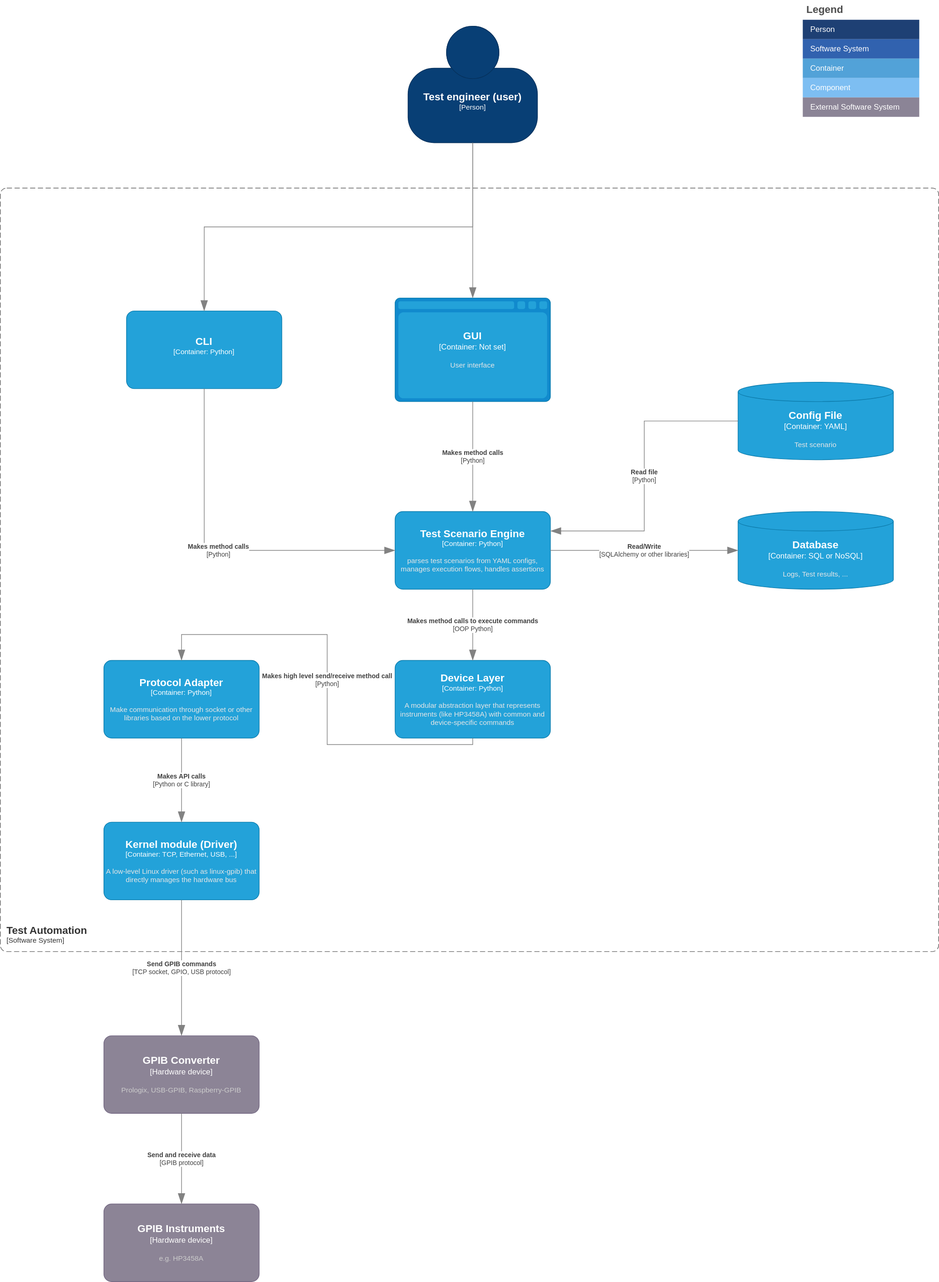
Above: C4 model/C4_software_architecture-Container.drawio.svg in ILoveBacteria/test-instrument-automation (draw.io), before the change. Source tidied: cells renumbered, new cells last; positions are measured from the earlier drawing's top-left corner, leaving out a move shared by most shapes.
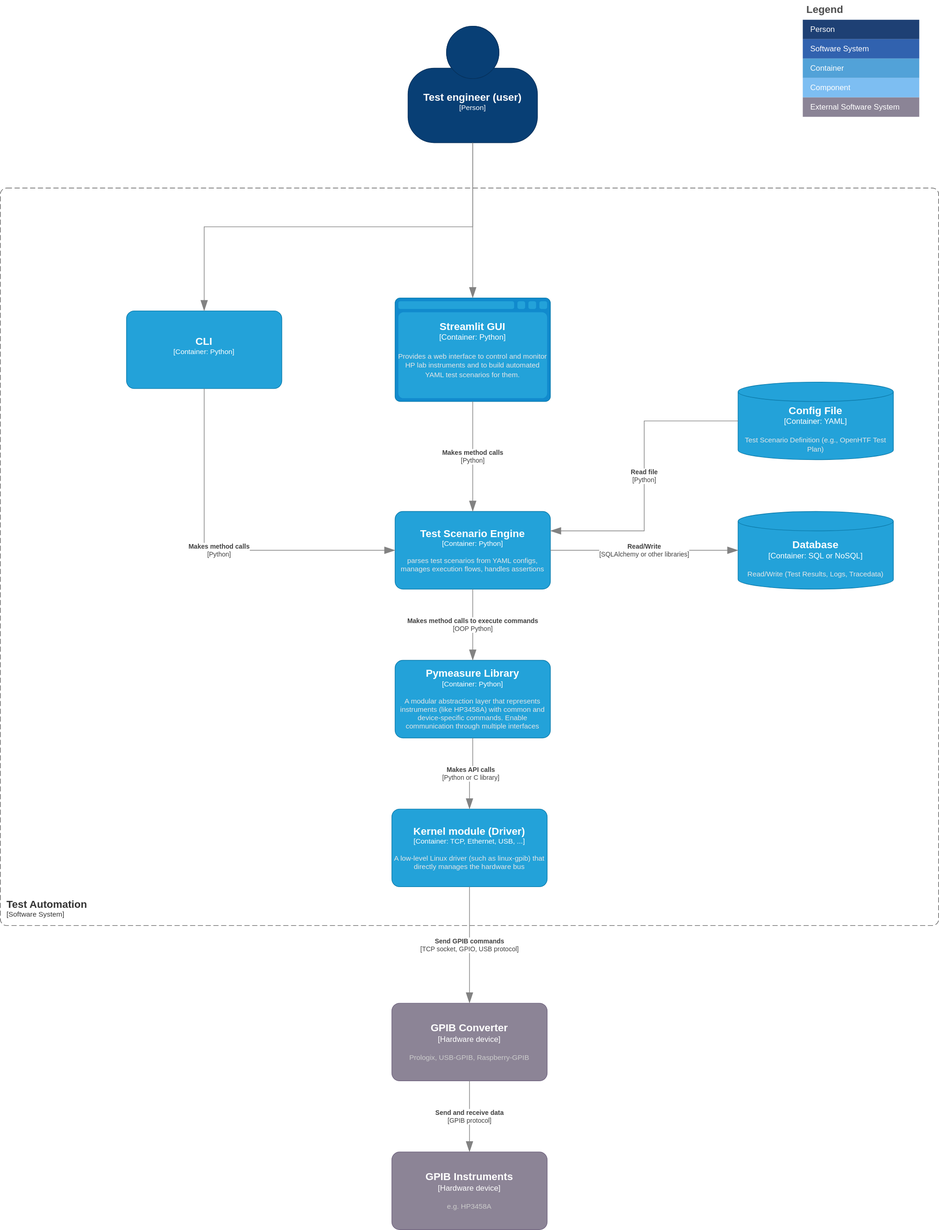
The same file after the commit.

Diff of the diagram source:
```diff
@@ -7,49 +7,32 @@
         <mxGeometry x="610" y="790" width="240" height="120" as="geometry" />
       </mxCell>
     </object>
-    <object id="3" label="&lt;font style=&quot;font-size: 16px&quot;&gt;&lt;b&gt;%c4Name%&lt;/b&gt;&lt;/font&gt;&lt;div&gt;[%c4Type%: %c4Technology%]&lt;/div&gt;&lt;br&gt;&lt;div&gt;&lt;font style=&quot;font-size: 11px&quot;&gt;&lt;font color=&quot;#E6E6E6&quot;&gt;%c4Description%&lt;/font&gt;&lt;/div&gt;" c4Description="A modular abstraction layer that represents instruments (like HP3458A) with common and device-specific commands" c4Name="Device Layer" c4Technology="Python" c4Type="Container" placeholders="1">
+    <object id="3" label="&lt;font style=&quot;font-size: 16px&quot;&gt;&lt;b&gt;%c4Name%&lt;/b&gt;&lt;/font&gt;&lt;div&gt;[%c4Type%: %c4Technology%]&lt;/div&gt;&lt;br&gt;&lt;div&gt;&lt;font style=&quot;font-size: 11px&quot;&gt;&lt;font color=&quot;#E6E6E6&quot;&gt;%c4Description%&lt;/font&gt;&lt;/div&gt;" c4Description="A modular abstraction layer that represents instruments (like HP3458A) with common and device-specific commands. Enable communication through multiple interfaces" c4Name="Pymeasure Library" c4Technology="Python" c4Type="Container" placeholders="1">
       <mxCell style="rounded=1;whiteSpace=wrap;html=1;fontSize=11;labelBackgroundColor=none;fillColor=#23A2D9;fontColor=#ffffff;align=center;arcSize=10;strokeColor=#0E7DAD;points=[[0.25,0,0],[0.5,0,0],[0.75,0,0],[1,0.25,0],[1,0.5,0],[1,0.75,0],[0.75,1,0],[0.5,1,0],[0.25,1,0],[0,0.75,0],[0,0.5,0],[0,0.25,0]];" parent="1" vertex="1">
         <mxGeometry x="610" y="1020" width="240" height="120" as="geometry" />
       </mxCell>
     </object>
-    <object id="4" label="&lt;font style=&quot;font-size: 16px&quot;&gt;&lt;b&gt;%c4Name%&lt;/b&gt;&lt;/font&gt;&lt;div&gt;[%c4Type%: %c4Technology%]&lt;/div&gt;&lt;br&gt;&lt;div&gt;&lt;font style=&quot;font-size: 11px&quot;&gt;&lt;font color=&quot;#E6E6E6&quot;&gt;%c4Description%&lt;/font&gt;&lt;/div&gt;" c4Description="Make communication through socket or other libraries based on the lower protocol" c4Name="Protocol Adapter" c4Technology="Python" c4Type="Container" placeholders="1">
-      <mxCell style="rounded=1;whiteSpace=wrap;html=1;fontSize=11;labelBackgroundColor=none;fillColor=#23A2D9;fontColor=#ffffff;align=center;arcSize=10;strokeColor=#0E7DAD;points=[[0.25,0,0],[0.5,0,0],[0.75,0,0],[1,0.25,0],[1,0.5,0],[1,0.75,0],[0.75,1,0],[0.5,1,0],[0.25,1,0],[0,0.75,0],[0,0.5,0],[0,0.25,0]];" parent="1" vertex="1">
-        <mxGeometry x="160" y="1020" width="240" height="120" as="geometry" />
-      </mxCell>
-    </object>
     <object id="5" label="&lt;div style=&quot;text-align: left&quot;&gt;&lt;div style=&quot;text-align: center&quot;&gt;&lt;b&gt;%c4Description%&lt;/b&gt;&lt;/div&gt;&lt;div style=&quot;text-align: center&quot;&gt;[%c4Technology%]&lt;/div&gt;&lt;/div&gt;" c4Description="Makes method calls to execute commands" c4Technology="OOP Python" c4Type="Relationship" placeholders="1">
       <mxCell style="endArrow=blockThin;html=1;fontSize=10;fontColor=#404040;strokeWidth=1;endFill=1;strokeColor=#828282;elbow=vertical;endSize=14;startSize=14;jumpStyle=arc;jumpSize=16;rounded=0;edgeStyle=orthogonalEdgeStyle;entryX=0.5;entryY=0;entryDx=0;entryDy=0;entryPerimeter=0;exitX=0.5;exitY=1;exitDx=0;exitDy=0;exitPerimeter=0;" parent="1" edge="1" source="2" target="3">
         <mxGeometry relative="1" as="geometry" />
       </mxCell>
     </object>
-    <object id="6" label="&lt;div style=&quot;text-align: left&quot;&gt;&lt;div style=&quot;text-align: center&quot;&gt;&lt;b&gt;%c4Description%&lt;/b&gt;&lt;/div&gt;&lt;div style=&quot;text-align: center&quot;&gt;[%c4Technology%]&lt;/div&gt;&lt;/div&gt;" c4Description="Makes high level send/receive method call" c4Technology="Python" c4Type="Relationship" placeholders="1">
-      <mxCell style="endArrow=blockThin;html=1;fontSize=10;fontColor=#404040;strokeWidth=1;endFill=1;strokeColor=#828282;elbow=vertical;endSize=14;startSize=14;jumpStyle=arc;jumpSize=16;rounded=0;edgeStyle=orthogonalEdgeStyle;entryX=0.5;entryY=0;entryDx=0;entryDy=0;entryPerimeter=0;exitX=0.5;exitY=1;exitDx=0;exitDy=0;exitPerimeter=0;" parent="1" edge="1" source="3" target="4">
-        <mxGeometry relative="1" as="geometry">
-          <Array as="points">
-            <mxPoint x="730" y="1150" />
-            <mxPoint x="505" y="1150" />
-            <mxPoint x="505" y="980" />
-            <mxPoint x="280" y="980" />
-          </Array>
-        </mxGeometry>
-      </mxCell>
-    </object>
     <object id="7" label="&lt;font style=&quot;font-size: 16px&quot;&gt;&lt;b&gt;%c4Name%&lt;/b&gt;&lt;/font&gt;&lt;div&gt;[%c4Type%: %c4Technology%]&lt;/div&gt;&lt;br&gt;&lt;div&gt;&lt;font style=&quot;font-size: 11px&quot;&gt;&lt;font color=&quot;#E6E6E6&quot;&gt;%c4Description%&lt;/font&gt;&lt;/div&gt;" c4Description="A low-level Linux driver (such as linux-gpib) that directly manages the hardware bus" c4Name="Kernel module (Driver)" c4Technology="TCP, Ethernet, USB, ..." c4Type="Container" placeholders="1">
       <mxCell style="rounded=1;whiteSpace=wrap;html=1;fontSize=11;labelBackgroundColor=none;fillColor=#23A2D9;fontColor=#ffffff;align=center;arcSize=10;strokeColor=#0E7DAD;points=[[0.25,0,0],[0.5,0,0],[0.75,0,0],[1,0.25,0],[1,0.5,0],[1,0.75,0],[0.75,1,0],[0.5,1,0],[0.25,1,0],[0,0.75,0],[0,0.5,0],[0,0.25,0]];" parent="1" vertex="1">
-        <mxGeometry x="160" y="1270" width="240" height="120" as="geometry" />
+        <mxGeometry x="605" y="1250" width="240" height="120" as="geometry" />
       </mxCell>
     </object>
     <object id="8" label="&lt;div style=&quot;text-align: left&quot;&gt;&lt;div style=&quot;text-align: center&quot;&gt;&lt;b&gt;%c4Description%&lt;/b&gt;&lt;/div&gt;&lt;div style=&quot;text-align: center&quot;&gt;[%c4Technology%]&lt;/div&gt;&lt;/div&gt;" c4Description="Makes API calls" c4Technology="Python or C library" c4Type="Relationship" placeholders="1">
-      <mxCell style="endArrow=blockThin;html=1;fontSize=10;fontColor=#404040;strokeWidth=1;endFill=1;strokeColor=#828282;elbow=vertical;endSize=14;startSize=14;jumpStyle=arc;jumpSize=16;rounded=0;edgeStyle=orthogonalEdgeStyle;exitX=0.5;exitY=1;exitDx=0;exitDy=0;exitPerimeter=0;entryX=0.5;entryY=0;entryDx=0;entryDy=0;entryPerimeter=0;" parent="1" edge="1" source="4" target="7">
+      <mxCell style="endArrow=blockThin;html=1;fontSize=10;fontColor=#404040;strokeWidth=1;endFill=1;strokeColor=#828282;elbow=vertical;endSize=14;startSize=14;jumpStyle=arc;jumpSize=16;rounded=0;edgeStyle=orthogonalEdgeStyle;exitX=0.5;exitY=1;exitDx=0;exitDy=0;exitPerimeter=0;entryX=0.5;entryY=0;entryDx=0;entryDy=0;entryPerimeter=0;" parent="1" edge="1" source="3" target="7">
         <mxGeometry relative="1" as="geometry" />
       </mxCell>
     </object>
     <object id="9" label="&lt;font style=&quot;font-size: 16px&quot;&gt;&lt;b&gt;&lt;div style=&quot;text-align: left&quot;&gt;%c4Name%&lt;/div&gt;&lt;/b&gt;&lt;/font&gt;&lt;div style=&quot;text-align: left&quot;&gt;[%c4Application%]&lt;/div&gt;" c4Application="Software System" c4Name="Test Automation" c4Type="SystemScopeBoundary" placeholders="1">
       <mxCell style="rounded=1;fontSize=11;whiteSpace=wrap;html=1;dashed=1;arcSize=20;fillColor=none;strokeColor=#666666;fontColor=#333333;labelBackgroundColor=none;align=left;verticalAlign=bottom;labelBorderColor=none;spacingTop=0;spacing=10;dashPattern=8 4;perimeter=rectanglePerimeter;noLabel=0;labelPadding=0;absoluteArcSize=1;" parent="1" vertex="1">
-        <mxGeometry y="290" width="1450" height="1180" as="geometry" />
+        <mxGeometry y="290" width="1450" height="1140" as="geometry" />
       </mxCell>
     </object>
-    <object id="10" label="&lt;font style=&quot;font-size: 16px&quot;&gt;&lt;b&gt;%c4Name%&lt;/b&gt;&lt;/font&gt;&lt;div&gt;[%c4Type%:&amp;nbsp;%c4Technology%]&lt;/div&gt;&lt;br&gt;&lt;div&gt;&lt;font style=&quot;font-size: 11px&quot;&gt;&lt;font color=&quot;#E6E6E6&quot;&gt;%c4Description%&lt;/font&gt;&lt;/div&gt;" c4Description="Logs, Test results, ..." c4Name="Database" c4Technology="SQL or NoSQL" c4Type="Container" placeholders="1">
+    <object id="10" label="&lt;font style=&quot;font-size: 16px&quot;&gt;&lt;b&gt;%c4Name%&lt;/b&gt;&lt;/font&gt;&lt;div&gt;[%c4Type%:&amp;nbsp;%c4Technology%]&lt;/div&gt;&lt;br&gt;&lt;div&gt;&lt;font style=&quot;font-size: 11px&quot;&gt;&lt;font color=&quot;#E6E6E6&quot;&gt;%c4Description%&lt;/font&gt;&lt;/div&gt;" c4Description="Read/Write (Test Results, Logs, Tracedata)" c4Name="Database" c4Technology="SQL or NoSQL" c4Type="Container" placeholders="1">
       <mxCell style="shape=cylinder3;size=15;whiteSpace=wrap;html=1;boundedLbl=1;rounded=0;labelBackgroundColor=none;fillColor=#23A2D9;fontSize=12;fontColor=#ffffff;align=center;strokeColor=#0E7DAD;points=[[0.5,0,0],[1,0.25,0],[1,0.5,0],[1,0.75,0],[0.5,1,0],[0,0.75,0],[0,0.5,0],[0,0.25,0]];" parent="1" vertex="1">
         <mxGeometry x="1140" y="790" width="240" height="120" as="geometry" />
       </mxCell>
@@ -61,17 +44,22 @@
     </object>
     <object id="12" label="&lt;font style=&quot;font-size: 16px&quot;&gt;&lt;b&gt;%c4Name%&lt;/b&gt;&lt;/font&gt;&lt;div&gt;[%c4Type%]&lt;/div&gt;&lt;br&gt;&lt;div&gt;&lt;font style=&quot;font-size: 11px&quot;&gt;&lt;font color=&quot;#cccccc&quot;&gt;%c4Description%&lt;/font&gt;&lt;/div&gt;" c4Description="Prologix, USB-GPIB, Raspberry-GPIB" c4Name="GPIB Converter" c4Type="Hardware device" placeholders="1">
       <mxCell style="rounded=1;whiteSpace=wrap;html=1;labelBackgroundColor=none;fillColor=#8C8496;fontColor=#ffffff;align=center;arcSize=10;strokeColor=#736782;points=[[0.25,0,0],[0.5,0,0],[0.75,0,0],[1,0.25,0],[1,0.5,0],[1,0.75,0],[0.75,1,0],[0.5,1,0],[0.25,1,0],[0,0.75,0],[0,0.5,0],[0,0.25,0]];" parent="1" vertex="1">
-        <mxGeometry x="160" y="1600" width="240" height="120" as="geometry" />
+        <mxGeometry x="605" y="1550" width="240" height="120" as="geometry" />
       </mxCell>
     </object>
     <object id="13" label="&lt;div style=&quot;text-align: left&quot;&gt;&lt;div style=&quot;text-align: center&quot;&gt;&lt;b&gt;%c4Description%&lt;/b&gt;&lt;/div&gt;&lt;div style=&quot;text-align: center&quot;&gt;[%c4Technology%]&lt;/div&gt;&lt;/div&gt;" c4Description="Send GPIB commands" c4Technology="TCP socket, GPIO, USB protocol" c4Type="Relationship" placeholders="1">
       <mxCell style="endArrow=blockThin;html=1;fontSize=10;fontColor=#404040;strokeWidth=1;endFill=1;strokeColor=#828282;elbow=vertical;endSize=14;startSize=14;jumpStyle=arc;jumpSize=16;rounded=0;edgeStyle=orthogonalEdgeStyle;exitX=0.5;exitY=1;exitDx=0;exitDy=0;exitPerimeter=0;entryX=0.5;entryY=0;entryDx=0;entryDy=0;entryPerimeter=0;" parent="1" edge="1" source="7" target="12">
-        <mxGeometry relative="1" as="geometry" />
+        <mxGeometry relative="1" as="geometry">
+          <Array as="points">
+            <mxPoint x="725" y="1550" />
+            <mxPoint x="725" y="1550" />
+          </Array>
+        </mxGeometry>
       </mxCell>
     </object>
     <object id="14" label="&lt;font style=&quot;font-size: 16px&quot;&gt;&lt;b&gt;%c4Name%&lt;/b&gt;&lt;/font&gt;&lt;div&gt;[%c4Type%]&lt;/div&gt;&lt;br&gt;&lt;div&gt;&lt;font style=&quot;font-size: 11px&quot;&gt;&lt;font color=&quot;#cccccc&quot;&gt;%c4Description%&lt;/font&gt;&lt;/div&gt;" c4Description="e.g. HP3458A" c4Name="GPIB Instruments" c4Type="Hardware device" placeholders="1">
       <mxCell style="rounded=1;whiteSpace=wrap;html=1;labelBackgroundColor=none;fillColor=#8C8496;fontColor=#ffffff;align=center;arcSize=10;strokeColor=#736782;points=[[0.25,0,0],[0.5,0,0],[0.75,0,0],[1,0.25,0],[1,0.5,0],[1,0.75,0],[0.75,1,0],[0.5,1,0],[0.25,1,0],[0,0.75,0],[0,0.5,0],[0,0.25,0]];" parent="1" vertex="1">
-        <mxGeometry x="160" y="1860" width="240" height="120" as="geometry" />
+        <mxGeometry x="605" y="1780" width="240" height="120" as="geometry" />
       </mxCell>
     </object>
     <object id="15" label="&lt;div style=&quot;text-align: left&quot;&gt;&lt;div style=&quot;text-align: center&quot;&gt;&lt;b&gt;%c4Description%&lt;/b&gt;&lt;/div&gt;&lt;div style=&quot;text-align: center&quot;&gt;[%c4Technology%]&lt;/div&gt;&lt;/div&gt;" c4Description="Send and receive data" c4Technology="GPIB protocol" c4Type="Relationship" placeholders="1">
@@ -79,7 +67,7 @@
         <mxGeometry relative="1" as="geometry" />
       </mxCell>
     </object>
-    <object id="16" label="&lt;font style=&quot;font-size: 16px&quot;&gt;&lt;b&gt;%c4Name%&lt;/b&gt;&lt;/font&gt;&lt;div&gt;[%c4Type%:&amp;nbsp;%c4Technology%]&lt;/div&gt;&lt;br&gt;&lt;div&gt;&lt;font style=&quot;font-size: 11px&quot;&gt;&lt;font color=&quot;#E6E6E6&quot;&gt;%c4Description%&lt;/font&gt;&lt;/div&gt;" c4Description="User interface" c4Name="GUI" c4Technology="Not set" c4Type="Container" placeholders="1">
+    <object id="16" label="&lt;font style=&quot;font-size: 16px&quot;&gt;&lt;b&gt;%c4Name%&lt;/b&gt;&lt;/font&gt;&lt;div&gt;[%c4Type%:&amp;nbsp;%c4Technology%]&lt;/div&gt;&lt;br&gt;&lt;div&gt;&lt;font style=&quot;font-size: 11px&quot;&gt;&lt;font color=&quot;#E6E6E6&quot;&gt;%c4Description%&lt;/font&gt;&lt;/div&gt;" c4Description="Provides a web interface to control and monitor HP lab instruments and to build automated YAML test scenarios for them." c4Name="Streamlit GUI" c4Technology="Python" c4Type="Container" placeholders="1">
       <mxCell style="shape=mxgraph.c4.webBrowserContainer2;whiteSpace=wrap;html=1;boundedLbl=1;rounded=0;labelBackgroundColor=none;strokeColor=#118ACD;fillColor=#23A2D9;strokeColor=#118ACD;strokeColor2=#0E7DAD;fontSize=12;fontColor=#ffffff;align=center;points=[[0.5,0,0],[1,0.25,0],[1,0.5,0],[1,0.75,0],[0.5,1,0],[0,0.75,0],[0,0.5,0],[0,0.25,0]];" parent="1" vertex="1">
         <mxGeometry x="610" y="460" width="240" height="160" as="geometry" />
       </mxCell>
@@ -147,7 +135,7 @@
     <mxCell id="33" value="External Software System" style="shape=partialRectangle;html=1;whiteSpace=wrap;strokeColor=inherit;overflow=hidden;fillColor=#8b8496;top=0;left=0;bottom=0;right=0;fontSize=12;align=left;fontColor=#FFFFFF;gradientColor=none;spacingLeft=10;spacingRight=4;" parent="32" vertex="1">
       <mxGeometry width="180" height="30" as="geometry" />
     </mxCell>
-    <object id="34" label="&lt;font style=&quot;font-size: 16px&quot;&gt;&lt;b&gt;%c4Name%&lt;/b&gt;&lt;/font&gt;&lt;div&gt;[%c4Type%:&amp;nbsp;%c4Technology%]&lt;/div&gt;&lt;br&gt;&lt;div&gt;&lt;font style=&quot;font-size: 11px&quot;&gt;&lt;font color=&quot;#E6E6E6&quot;&gt;%c4Description%&lt;/font&gt;&lt;/div&gt;" c4Description="Test scenario" c4Name="Config File" c4Technology="YAML" c4Type="Container" placeholders="1">
+    <object id="34" label="&lt;font style=&quot;font-size: 16px&quot;&gt;&lt;b&gt;%c4Name%&lt;/b&gt;&lt;/font&gt;&lt;div&gt;[%c4Type%:&amp;nbsp;%c4Technology%]&lt;/div&gt;&lt;br&gt;&lt;div&gt;&lt;font style=&quot;font-size: 11px&quot;&gt;&lt;font color=&quot;#E6E6E6&quot;&gt;%c4Description%&lt;/font&gt;&lt;/div&gt;" c4Description="Test Scenario Definition (e.g., OpenHTF Test Plan)" c4Name="Config File" c4Technology="YAML" c4Type="Container" placeholders="1">
       <mxCell style="shape=cylinder3;size=15;whiteSpace=wrap;html=1;boundedLbl=1;rounded=0;labelBackgroundColor=none;fillColor=#23A2D9;fontSize=12;fontColor=#ffffff;align=center;strokeColor=#0E7DAD;points=[[0.5,0,0],[1,0.25,0],[1,0.5,0],[1,0.75,0],[0.5,1,0],[0,0.75,0],[0,0.5,0],[0,0.25,0]];" parent="1" vertex="1">
         <mxGeometry x="1140" y="590" width="240" height="120" as="geometry" />
       </mxCell>
```
